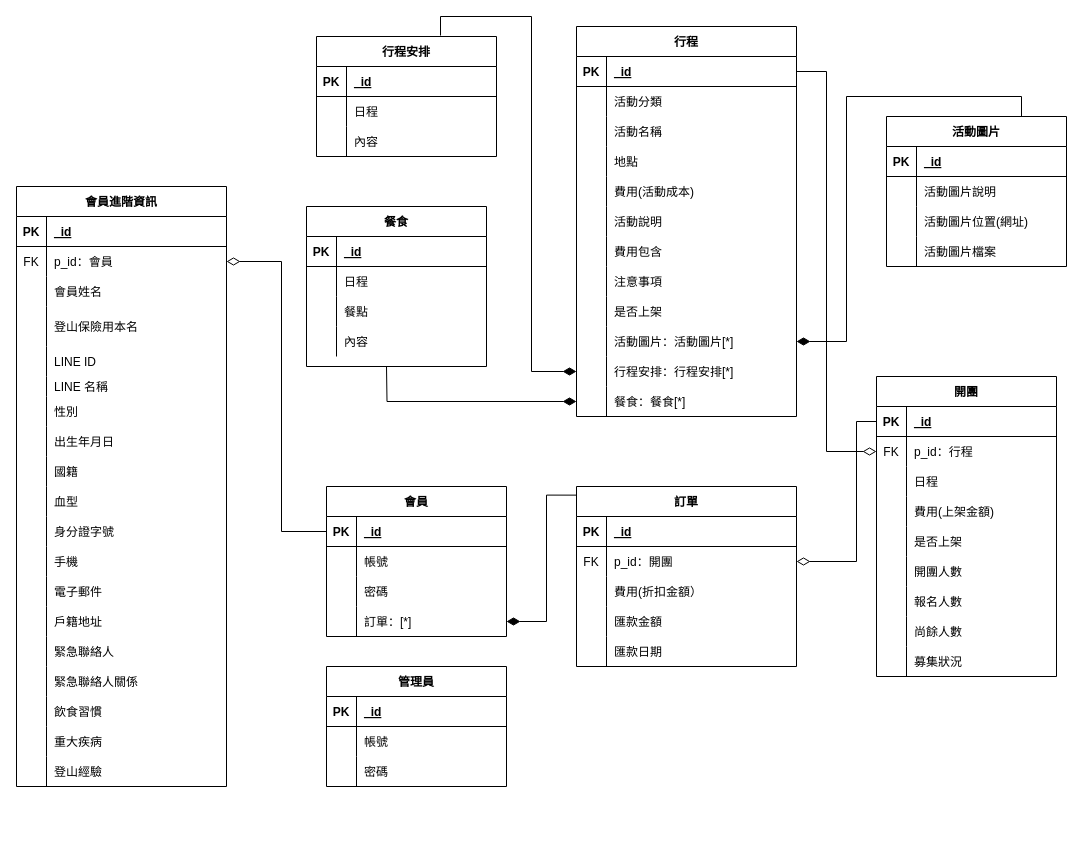
This is Untitled Diagram.drawio from Yizi-Yeh/MT-Databaseplanning, a draw.io file, before an edit. Source tidied: cells renumbered, new cells numbered last; positions are measured from the earlier drawing's top-left corner, leaving out a move shared by most shapes. Both pictures are drawn from the tidied source at 100%, with x=0, y=0 at pixel (16, 26).
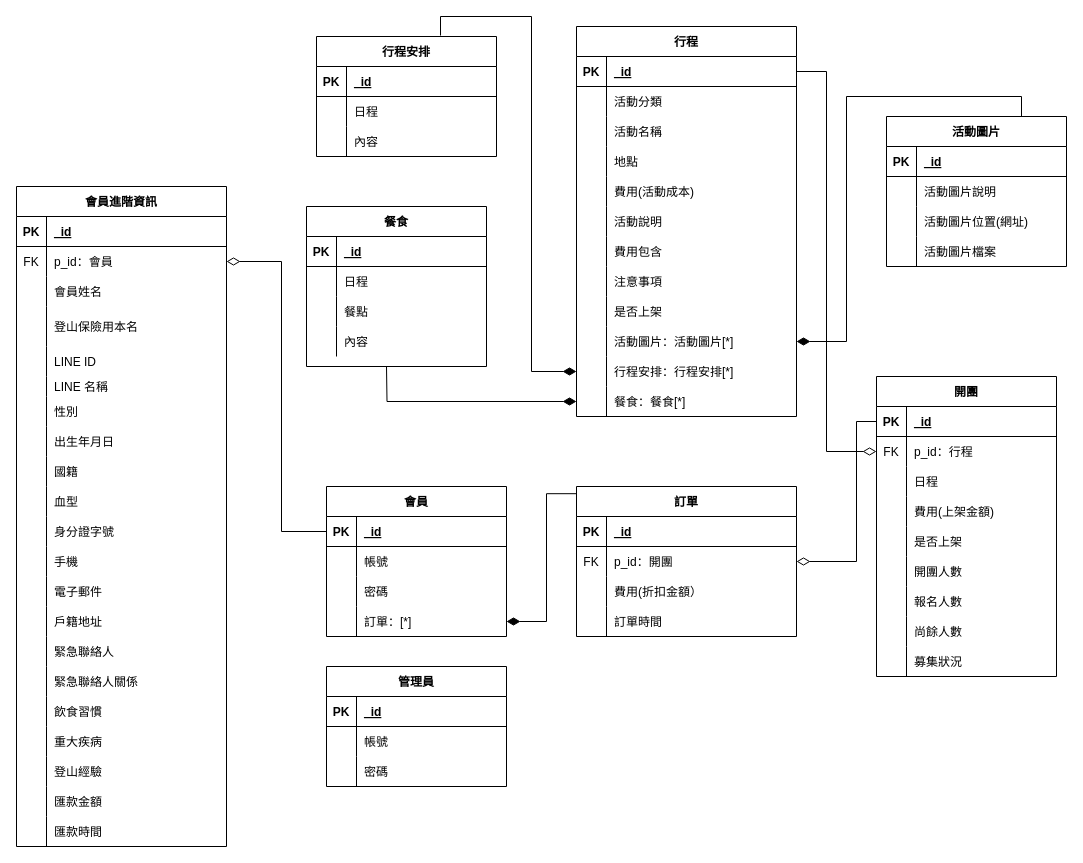
The same page after the edit.

Unchanged cells that the change refers to:
```xml
<mxCell id="126" style="shape=partialRectangle;fillColor=none;top=0;left=0;bottom=0;right=0;" parent="116" vertex="1">
  <mxGeometry y="120" width="220" height="30" as="geometry" />
</mxCell>
```

Change to the diagram source:
```diff
@@
     <mxCell id="116" value="訂單" style="shape=table;startSize=30;childLayout=tableLayout;rowLines=0;fontStyle=1;align=center;fillColor=none;" parent="1" vertex="1">
-      <mxGeometry x="560" y="460" width="220" height="180" as="geometry" />
+      <mxGeometry x="560" y="460" width="220" height="150" as="geometry" />
     </mxCell>
@@
-    <mxCell id="128" value="匯款金額" style="shape=partialRectangle;fillColor=none;top=0;left=0;bottom=0;right=0;align=left;spacingLeft=6;overflow=hidden;" parent="126" vertex="1">
+    <mxCell id="128" value="訂單時間" style="shape=partialRectangle;fillColor=none;top=0;left=0;bottom=0;right=0;align=left;spacingLeft=6;overflow=hidden;" parent="126" vertex="1">
       <mxGeometry x="30" width="190" height="30" as="geometry" />
     </mxCell>
-    <mxCell id="129" style="shape=partialRectangle;fillColor=none;top=0;left=0;bottom=0;right=0;" parent="116" vertex="1">
-      <mxGeometry y="150" width="220" height="30" as="geometry" />
-    </mxCell>
-    <mxCell id="130" style="shape=partialRectangle;fillColor=none;top=0;left=0;bottom=0;right=0;overflow=hidden;" parent="129" vertex="1">
-      <mxGeometry width="30" height="30" as="geometry" />
-    </mxCell>
-    <mxCell id="131" value="匯款日期" style="shape=partialRectangle;fillColor=none;top=0;left=0;bottom=0;right=0;align=left;spacingLeft=6;overflow=hidden;" parent="129" vertex="1">
-      <mxGeometry x="30" width="190" height="30" as="geometry" />
-    </mxCell>
@@
     <mxCell id="143" value="會員進階資訊" style="shape=table;startSize=30;childLayout=tableLayout;rowLines=0;fontStyle=1;align=center;fillColor=none;" parent="1" vertex="1">
-      <mxGeometry y="160" width="210" height="600" as="geometry" />
+      <mxGeometry y="160" width="210" height="660" as="geometry" />
     </mxCell>
@@
+    <mxCell id="207" style="shape=partialRectangle;fillColor=none;top=0;left=0;bottom=0;right=0;" parent="143" vertex="1">
+      <mxGeometry y="600" width="210" height="30" as="geometry" />
+    </mxCell>
+    <mxCell id="208" style="shape=partialRectangle;fillColor=none;top=0;left=0;bottom=0;right=0;overflow=hidden;" parent="207" vertex="1">
+      <mxGeometry width="30" height="30" as="geometry" />
+    </mxCell>
+    <mxCell id="209" value="匯款金額" style="shape=partialRectangle;fillColor=none;top=0;left=0;bottom=0;right=0;align=left;spacingLeft=6;overflow=hidden;" parent="207" vertex="1">
+      <mxGeometry x="30" width="180" height="30" as="geometry" />
+    </mxCell>
+    <mxCell id="210" style="shape=partialRectangle;fillColor=none;top=0;left=0;bottom=0;right=0;" parent="143" vertex="1">
+      <mxGeometry y="630" width="210" height="30" as="geometry" />
+    </mxCell>
+    <mxCell id="211" style="shape=partialRectangle;fillColor=none;top=0;left=0;bottom=0;right=0;overflow=hidden;" parent="210" vertex="1">
+      <mxGeometry width="30" height="30" as="geometry" />
+    </mxCell>
+    <mxCell id="212" value="匯款時間" style="shape=partialRectangle;fillColor=none;top=0;left=0;bottom=0;right=0;align=left;spacingLeft=6;overflow=hidden;" parent="210" vertex="1">
+      <mxGeometry x="30" width="180" height="30" as="geometry" />
+    </mxCell>
```
